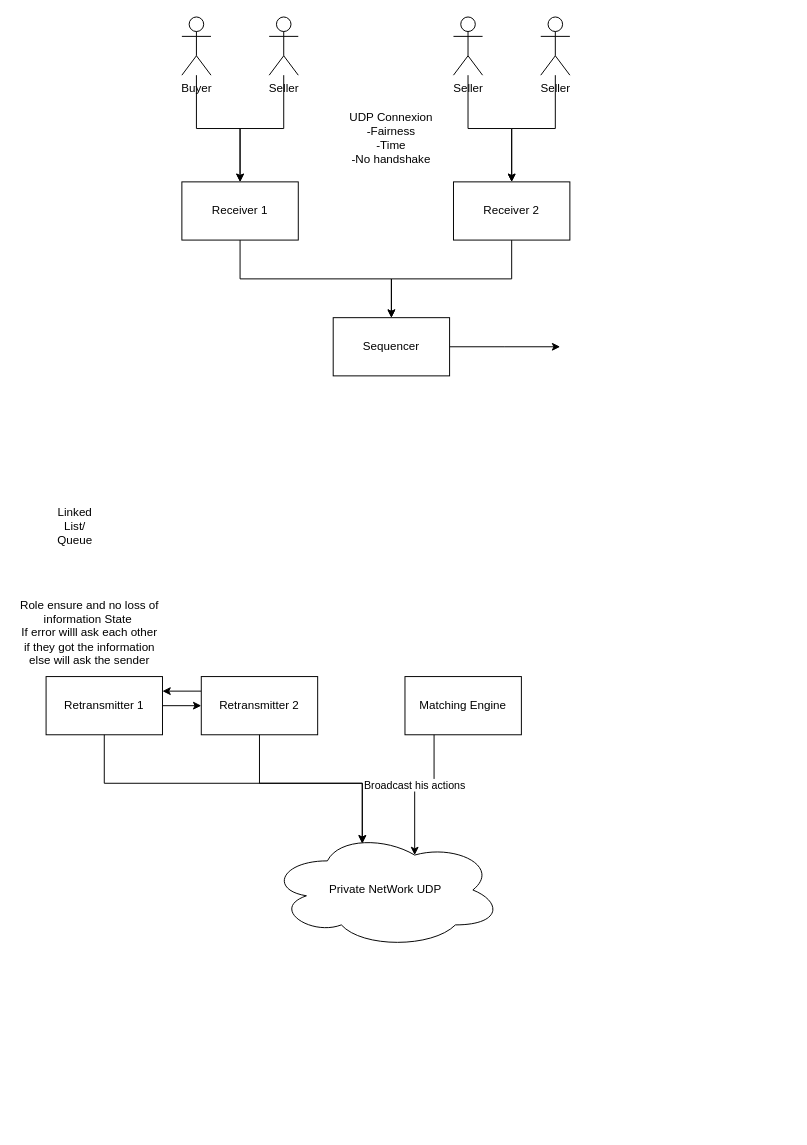
The draw.io diagram Diagramme sans nom.drawio in Mayeul78/SQLtest, before the edit. Source tidied: cells renumbered, new cells numbered last; positions are measured from the earlier drawing's top-left corner, leaving out a move shared by most shapes. Both pictures are drawn from the tidied source at 97%, with x=0, y=0 at pixel (16, 16).
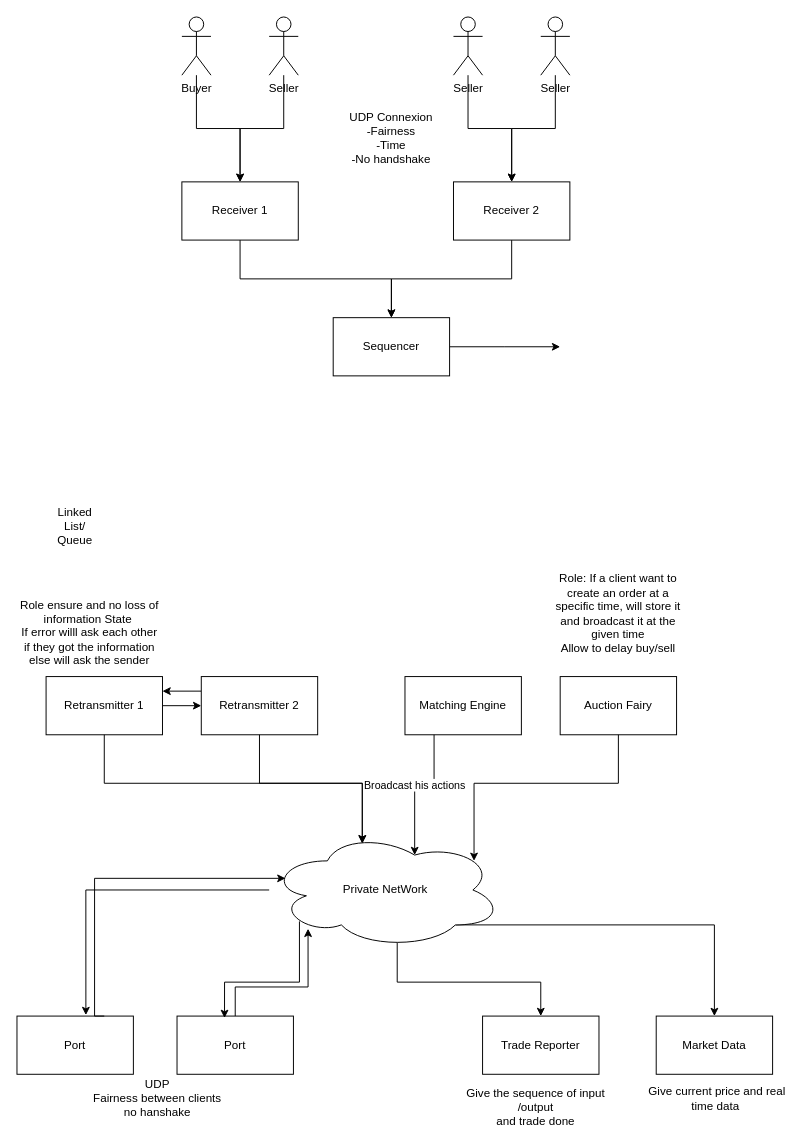
The same diagram, later.

Commit message (it also covers changes not shown here):
Mettre à jour Diagramme sans nom.drawio

What changed in the source:
```diff
@@
+    <mxCell id="28" style="edgeStyle=orthogonalEdgeStyle;rounded=0;jettySize=auto;html=1;exitX=0.55;exitY=0.95;exitDx=0;exitDy=0;exitPerimeter=0;" parent="1" edge="1" source="17" target="32">
+      <mxGeometry relative="1" as="geometry" />
+    </mxCell>
+    <mxCell id="29" style="edgeStyle=orthogonalEdgeStyle;rounded=0;jettySize=auto;html=1;exitX=0.8;exitY=0.8;exitDx=0;exitDy=0;exitPerimeter=0;entryX=0.5;entryY=0;entryDx=0;entryDy=0;" parent="1" edge="1" source="17" target="36">
+      <mxGeometry relative="1" as="geometry" />
+    </mxCell>
-    <mxCell id="17" value="Private NetWork UDP" style="ellipse;shape=cloud;whiteSpace=wrap;html=1;" parent="1" vertex="1">
+    <mxCell id="17" value="Private NetWork" style="ellipse;shape=cloud;whiteSpace=wrap;html=1;" parent="1" vertex="1">
       <mxGeometry x="260" y="840" width="240" height="120" as="geometry" />
     </mxCell>
@@
+    <mxCell id="30" value="Port" style="rounded=0;whiteSpace=wrap;html=1;" parent="1" vertex="1">
+      <mxGeometry y="1030" width="120" height="60" as="geometry" />
+    </mxCell>
+    <mxCell id="31" value="Port" style="rounded=0;whiteSpace=wrap;html=1;" parent="1" vertex="1">
+      <mxGeometry x="165" y="1030" width="120" height="60" as="geometry" />
+    </mxCell>
+    <mxCell id="32" value="Trade Reporter" style="rounded=0;whiteSpace=wrap;html=1;" parent="1" vertex="1">
+      <mxGeometry x="480" y="1030" width="120" height="60" as="geometry" />
+    </mxCell>
+    <mxCell id="33" value="Auction Fairy" style="rounded=0;whiteSpace=wrap;html=1;" parent="1" vertex="1">
+      <mxGeometry x="560" y="680" width="120" height="60" as="geometry" />
+    </mxCell>
+    <mxCell id="34" style="edgeStyle=orthogonalEdgeStyle;rounded=0;jettySize=auto;html=1;entryX=0.88;entryY=0.25;entryDx=0;entryDy=0;entryPerimeter=0;exitX=0.5;exitY=1;exitDx=0;exitDy=0;" parent="1" edge="1" source="33" target="17">
+      <mxGeometry relative="1" as="geometry" />
+    </mxCell>
+    <mxCell id="35" value="Role: If a client want to create an order at a specific time, will store it and broadcast it at the given time&lt;div&gt;Allow to delay buy/sell&lt;/div&gt;" style="text;html=1;align=center;verticalAlign=middle;whiteSpace=wrap;rounded=0;" parent="1" vertex="1">
+      <mxGeometry x="545" y="600" width="150" height="30" as="geometry" />
+    </mxCell>
+    <mxCell id="36" value="Market Data" style="rounded=0;whiteSpace=wrap;html=1;" parent="1" vertex="1">
+      <mxGeometry x="659" y="1030" width="120" height="60" as="geometry" />
+    </mxCell>
+    <mxCell id="37" style="edgeStyle=orthogonalEdgeStyle;rounded=0;jettySize=auto;html=1;entryX=0.07;entryY=0.4;entryDx=0;entryDy=0;entryPerimeter=0;exitX=0.75;exitY=0;exitDx=0;exitDy=0;" parent="1" edge="1" source="30" target="17">
+      <mxGeometry relative="1" as="geometry">
+        <Array as="points">
+          <mxPoint x="80" y="1030" />
+          <mxPoint x="80" y="888" />
+        </Array>
+      </mxGeometry>
+    </mxCell>
+    <mxCell id="38" style="edgeStyle=orthogonalEdgeStyle;rounded=0;jettySize=auto;html=1;entryX=0.592;entryY=-0.017;entryDx=0;entryDy=0;entryPerimeter=0;" parent="1" edge="1" source="17" target="30">
+      <mxGeometry relative="1" as="geometry" />
+    </mxCell>
+    <mxCell id="39" style="edgeStyle=orthogonalEdgeStyle;rounded=0;jettySize=auto;html=1;entryX=0.167;entryY=0.833;entryDx=0;entryDy=0;entryPerimeter=0;exitX=0.5;exitY=0;exitDx=0;exitDy=0;" parent="1" edge="1" source="31" target="17">
+      <mxGeometry relative="1" as="geometry">
+        <Array as="points">
+          <mxPoint x="225" y="1000" />
+          <mxPoint x="300" y="1000" />
+        </Array>
+      </mxGeometry>
+    </mxCell>
+    <mxCell id="40" style="edgeStyle=orthogonalEdgeStyle;rounded=0;jettySize=auto;html=1;exitX=0.13;exitY=0.77;exitDx=0;exitDy=0;exitPerimeter=0;entryX=0.408;entryY=0.033;entryDx=0;entryDy=0;entryPerimeter=0;" parent="1" edge="1" source="17" target="31">
+      <mxGeometry relative="1" as="geometry" />
+    </mxCell>
+    <mxCell id="41" value="Give the sequence of input /output&lt;div&gt;and trade done&lt;/div&gt;" style="text;html=1;align=center;verticalAlign=middle;whiteSpace=wrap;rounded=0;" parent="1" vertex="1">
+      <mxGeometry x="460" y="1109" width="150" height="30" as="geometry" />
+    </mxCell>
+    <mxCell id="42" value="Give current price and real time data&amp;nbsp;" style="text;html=1;align=center;verticalAlign=middle;whiteSpace=wrap;rounded=0;" parent="1" vertex="1">
+      <mxGeometry x="647" y="1100" width="150" height="30" as="geometry" />
+    </mxCell>
+    <mxCell id="43" value="UDP&lt;div&gt;Fairness between clients&lt;/div&gt;&lt;div&gt;no hanshake&lt;/div&gt;" style="text;html=1;align=center;verticalAlign=middle;whiteSpace=wrap;rounded=0;" parent="1" vertex="1">
+      <mxGeometry x="70" y="1100" width="150" height="30" as="geometry" />
+    </mxCell>
```
